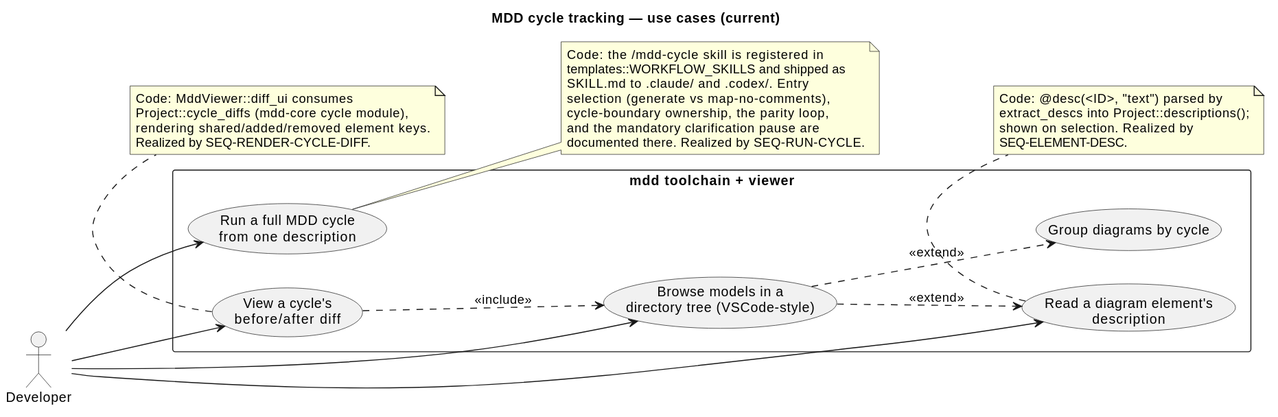
Above: .mdd/rendered/models/current/use-cases/cycle-tracking.svg in cthadeufaria/model-driven-development (PlantUML), before the change. The source it was exported from:
```plantuml
@startuml
title MDD cycle tracking — use cases (current)

left to right direction

actor "Developer" as Dev

rectangle "mdd toolchain + viewer" {
  usecase "Run a full MDD cycle\nfrom one description" as RunCycle
  usecase "Browse models in a\ndirectory tree (VSCode-style)" as Tree
  usecase "Group diagrams by cycle" as Group
  usecase "View a cycle's\nbefore/after diff" as Diff
  usecase "Read a diagram element's\ndescription" as Desc
}

Dev --> RunCycle
Dev --> Tree
Dev --> Diff
Dev --> Desc

Tree ..> Group : <<extend>>
Diff ..> Tree : <<include>>
Tree ..> Desc : <<extend>>

note right of RunCycle
  Code: the /mdd-cycle skill is registered in
  templates::WORKFLOW_SKILLS and shipped as
  SKILL.md to .claude/ and .codex/. Entry
  selection (generate vs map-no-comments),
  cycle-boundary ownership, the parity loop,
  and the mandatory clarification pause are
  documented there. Realized by SEQ-RUN-CYCLE.
end note

note bottom of Diff
  Code: MddViewer::diff_ui consumes
  Project::cycle_diffs (mdd-core cycle module),
  rendering shared/added/removed element keys.
  Realized by SEQ-RENDER-CYCLE-DIFF.
end note

note bottom of Desc
  Code: @desc(<ID>, "text") parsed by
  extract_descs into Project::descriptions();
  shown on selection. Realized by
  SEQ-ELEMENT-DESC.
end note
@enduml
```
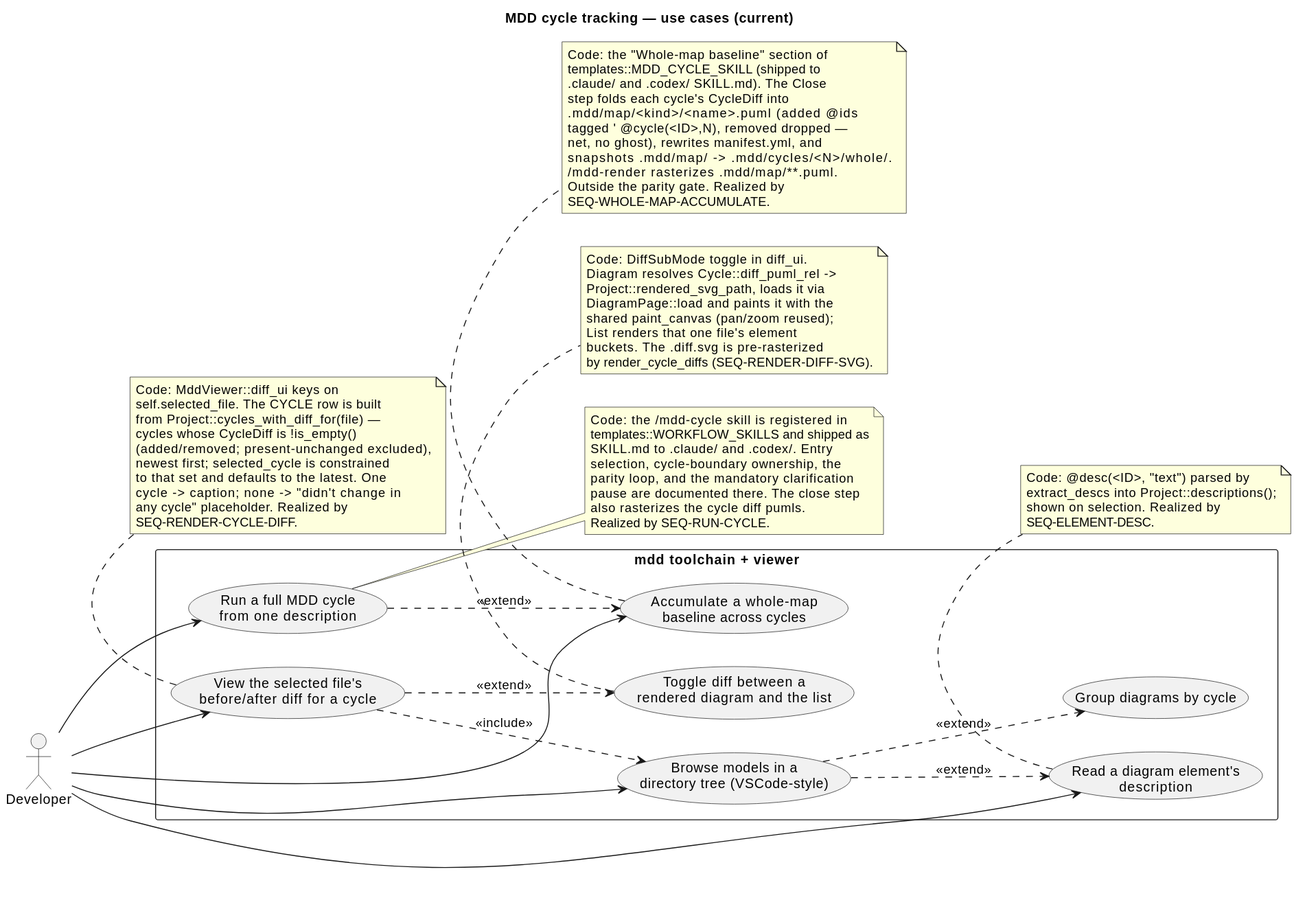
After the commit.

What changed in the source:
```diff
@@ -9,34 +9,57 @@
   usecase "Run a full MDD cycle\nfrom one description" as RunCycle
   usecase "Browse models in a\ndirectory tree (VSCode-style)" as Tree
   usecase "Group diagrams by cycle" as Group
-  usecase "View a cycle's\nbefore/after diff" as Diff
+  usecase "View the selected file's\nbefore/after diff for a cycle" as Diff
+  usecase "Toggle diff between a\nrendered diagram and the list" as DiffDiagram
   usecase "Read a diagram element's\ndescription" as Desc
+  usecase "Accumulate a whole-map\nbaseline across cycles" as WholeMap
 }
 
 Dev --> RunCycle
 Dev --> Tree
 Dev --> Diff
 Dev --> Desc
+Dev --> WholeMap
 
 Tree ..> Group : <<extend>>
 Diff ..> Tree : <<include>>
+Diff ..> DiffDiagram : <<extend>>
 Tree ..> Desc : <<extend>>
+RunCycle ..> WholeMap : <<extend>>
 
 note right of RunCycle
   Code: the /mdd-cycle skill is registered in
   templates::WORKFLOW_SKILLS and shipped as
   SKILL.md to .claude/ and .codex/. Entry
-  selection (generate vs map-no-comments),
-  cycle-boundary ownership, the parity loop,
-  and the mandatory clarification pause are
-  documented there. Realized by SEQ-RUN-CYCLE.
+  selection, cycle-boundary ownership, the
+  parity loop, and the mandatory clarification
+  pause are documented there. The close step
+  also rasterizes the cycle diff pumls.
+  Realized by SEQ-RUN-CYCLE.
 end note
 
 note bottom of Diff
-  Code: MddViewer::diff_ui consumes
-  Project::cycle_diffs (mdd-core cycle module),
-  rendering shared/added/removed element keys.
-  Realized by SEQ-RENDER-CYCLE-DIFF.
+  Code: MddViewer::diff_ui keys on
+  self.selected_file. The CYCLE row is built
+  from Project::cycles_with_diff_for(file) —
+  cycles whose CycleDiff is !is_empty()
+  (added/removed; present-unchanged excluded),
+  newest first; selected_cycle is constrained
+  to that set and defaults to the latest. One
+  cycle -> caption; none -> "didn't change in
+  any cycle" placeholder. Realized by
+  SEQ-RENDER-CYCLE-DIFF.
+end note
+
+note bottom of DiffDiagram
+  Code: DiffSubMode toggle in diff_ui.
+  Diagram resolves Cycle::diff_puml_rel ->
+  Project::rendered_svg_path, loads it via
+  DiagramPage::load and paints it with the
+  shared paint_canvas (pan/zoom reused);
+  List renders that one file's element
+  buckets. The .diff.svg is pre-rasterized
+  by render_cycle_diffs (SEQ-RENDER-DIFF-SVG).
 end note
 
 note bottom of Desc
@@ -45,4 +68,18 @@
   shown on selection. Realized by
   SEQ-ELEMENT-DESC.
 end note
+
+note bottom of WholeMap
+  Code: the "Whole-map baseline" section of
+  templates::MDD_CYCLE_SKILL (shipped to
+  .claude/ and .codex/ SKILL.md). The Close
+  step folds each cycle's CycleDiff into
+  .mdd/map/<kind>/<name>.puml (added @ids
+  tagged ' @cycle(<ID>,N), removed dropped —
+  net, no ghost), rewrites manifest.yml, and
+  snapshots .mdd/map/ -> .mdd/cycles/<N>/whole/.
+  /mdd-render rasterizes .mdd/map/**.puml.
+  Outside the parity gate. Realized by
+  SEQ-WHOLE-MAP-ACCUMULATE.
+end note
 @enduml
```
